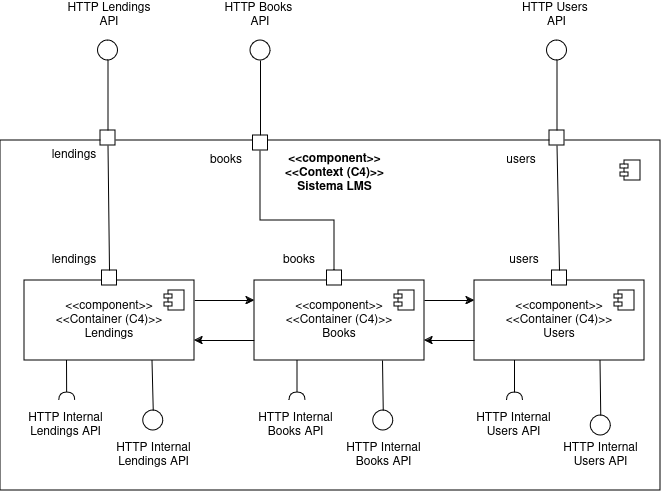
AndreFon04/sidis_2024_3DB keeps this draw.io diagram as docs/nivel_2/N2-VL.png. Above is the earlier version. Source tidied: cells renumbered, new cells last; positions are measured from the earlier drawing's top-left corner, leaving out a move shared by most shapes. The source it was exported from:
```xml
<mxGraphModel>
  <root>
    <mxCell id="0" />
    <mxCell id="1" parent="0" />
    <mxCell id="2" style="verticalLabelPosition=bottom;verticalAlign=top;html=1;shape=mxgraph.flowchart.on-page_reference;" parent="1" vertex="1">
      <mxGeometry x="97.5" y="40" width="20" height="20" as="geometry" />
    </mxCell>
    <mxCell id="3" style="verticalLabelPosition=bottom;verticalAlign=top;html=1;shape=mxgraph.flowchart.on-page_reference;" parent="1" vertex="1">
      <mxGeometry x="250" y="40" width="20" height="20" as="geometry" />
    </mxCell>
    <mxCell id="4" style="verticalLabelPosition=bottom;verticalAlign=top;html=1;shape=mxgraph.flowchart.on-page_reference;" parent="1" vertex="1">
      <mxGeometry x="546.5" y="40" width="20" height="20" as="geometry" />
    </mxCell>
    <mxCell id="5" style="html=1;whiteSpace=wrap;" parent="1" vertex="1">
      <mxGeometry y="140" width="660" height="350" as="geometry" />
    </mxCell>
    <mxCell id="6" style="shape=module;jettyWidth=8;jettyHeight=4;" parent="5" vertex="1">
      <mxGeometry x="1" width="20" height="20" relative="1" as="geometry">
        <mxPoint x="-40" y="20" as="offset" />
      </mxGeometry>
    </mxCell>
    <mxCell id="7" value="&lt;div&gt;HTTP Lendings API&lt;/div&gt;" style="text;html=1;align=center;verticalAlign=middle;whiteSpace=wrap;rounded=0;" parent="1" vertex="1">
      <mxGeometry x="65.2" width="87.5" height="30" as="geometry" />
    </mxCell>
    <mxCell id="8" style="endArrow=none;html=1;rounded=0;entryX=0.5;entryY=1;entryDx=0;entryDy=0;entryPerimeter=0;exitX=0.5;exitY=0;exitDx=0;exitDy=0;" parent="1" edge="1" source="48" target="2">
      <mxGeometry relative="1" as="geometry" />
    </mxCell>
    <mxCell id="9" value="&lt;div&gt;HTTP Books&amp;nbsp;&lt;/div&gt;&lt;div&gt;API&lt;/div&gt;" style="text;html=1;align=center;verticalAlign=middle;whiteSpace=wrap;rounded=0;" parent="1" vertex="1">
      <mxGeometry x="220" width="80" height="30" as="geometry" />
    </mxCell>
    <mxCell id="10" value="&lt;div&gt;HTTP Users&amp;nbsp;&lt;/div&gt;&lt;div&gt;API&lt;/div&gt;" style="text;html=1;align=center;verticalAlign=middle;whiteSpace=wrap;rounded=0;" parent="1" vertex="1">
      <mxGeometry x="517" width="79" height="30" as="geometry" />
    </mxCell>
    <mxCell id="11" style="endArrow=none;html=1;rounded=0;entryX=0.5;entryY=1;entryDx=0;entryDy=0;entryPerimeter=0;exitX=0.5;exitY=0;exitDx=0;exitDy=0;" parent="1" edge="1" source="50" target="3">
      <mxGeometry relative="1" as="geometry" />
    </mxCell>
    <mxCell id="12" style="endArrow=none;html=1;rounded=0;entryX=0.5;entryY=1;entryDx=0;entryDy=0;entryPerimeter=0;exitX=0.5;exitY=0;exitDx=0;exitDy=0;" parent="1" edge="1" source="52" target="4">
      <mxGeometry relative="1" as="geometry" />
    </mxCell>
    <mxCell id="13" style="edgeStyle=orthogonalEdgeStyle;rounded=0;jettySize=auto;html=1;entryX=0;entryY=0.25;entryDx=0;entryDy=0;exitX=1;exitY=0.25;exitDx=0;exitDy=0;" parent="1" edge="1" source="14" target="17">
      <mxGeometry relative="1" as="geometry" />
    </mxCell>
    <mxCell id="14" value="&amp;lt;&amp;lt;component&amp;gt;&amp;gt;&lt;div&gt;&amp;lt;&amp;lt;Container (C4)&amp;gt;&amp;gt;&lt;/div&gt;&lt;div&gt;Lendings&lt;/div&gt;" style="html=1;whiteSpace=wrap;" parent="1" vertex="1">
      <mxGeometry x="24" y="280" width="170" height="80" as="geometry" />
    </mxCell>
    <mxCell id="15" style="shape=module;jettyWidth=8;jettyHeight=4;" parent="14" vertex="1">
      <mxGeometry x="1" width="20" height="20" relative="1" as="geometry">
        <mxPoint x="-30" y="10" as="offset" />
      </mxGeometry>
    </mxCell>
    <mxCell id="16" style="edgeStyle=orthogonalEdgeStyle;rounded=0;jettySize=auto;html=1;entryX=1;entryY=0.75;entryDx=0;entryDy=0;exitX=0;exitY=0.75;exitDx=0;exitDy=0;" parent="1" edge="1" source="17" target="14">
      <mxGeometry relative="1" as="geometry" />
    </mxCell>
    <mxCell id="17" value="&amp;lt;&amp;lt;component&amp;gt;&amp;gt;&lt;div&gt;&amp;lt;&amp;lt;Container (C4)&amp;gt;&amp;gt;&lt;/div&gt;&lt;div&gt;Books&lt;/div&gt;" style="html=1;whiteSpace=wrap;" parent="1" vertex="1">
      <mxGeometry x="254" y="280" width="170" height="80" as="geometry" />
    </mxCell>
    <mxCell id="18" style="shape=module;jettyWidth=8;jettyHeight=4;" parent="17" vertex="1">
      <mxGeometry x="1" width="20" height="20" relative="1" as="geometry">
        <mxPoint x="-30" y="10" as="offset" />
      </mxGeometry>
    </mxCell>
    <mxCell id="19" value="&amp;lt;&amp;lt;component&amp;gt;&amp;gt;&lt;div&gt;&amp;lt;&amp;lt;Container (C4)&amp;gt;&amp;gt;&lt;/div&gt;&lt;div&gt;Users&lt;/div&gt;" style="html=1;whiteSpace=wrap;" parent="1" vertex="1">
      <mxGeometry x="474" y="280" width="170" height="80" as="geometry" />
    </mxCell>
    <mxCell id="20" style="shape=module;jettyWidth=8;jettyHeight=4;" parent="19" vertex="1">
      <mxGeometry x="1" width="20" height="20" relative="1" as="geometry">
        <mxPoint x="-30" y="10" as="offset" />
      </mxGeometry>
    </mxCell>
    <mxCell id="21" value="&amp;lt;&amp;lt;component&amp;gt;&amp;gt;&lt;div&gt;&amp;lt;&amp;lt;Context (C4)&amp;gt;&amp;gt;&lt;/div&gt;&lt;div&gt;Sistema LMS&lt;/div&gt;" style="text;align=center;fontStyle=1;verticalAlign=middle;spacingLeft=3;spacingRight=3;strokeColor=none;html=1;" parent="1" vertex="1">
      <mxGeometry x="284" y="150" width="100" height="46" as="geometry" />
    </mxCell>
    <mxCell id="22" style="edgeStyle=orthogonalEdgeStyle;rounded=0;jettySize=auto;html=1;entryX=0;entryY=0.25;entryDx=0;entryDy=0;exitX=1;exitY=0.25;exitDx=0;exitDy=0;" parent="1" edge="1" source="17" target="19">
      <mxGeometry relative="1" as="geometry" />
    </mxCell>
    <mxCell id="23" style="edgeStyle=orthogonalEdgeStyle;rounded=0;jettySize=auto;html=1;entryX=1;entryY=0.75;entryDx=0;entryDy=0;exitX=0;exitY=0.75;exitDx=0;exitDy=0;" parent="1" edge="1" source="19" target="17">
      <mxGeometry relative="1" as="geometry" />
    </mxCell>
    <mxCell id="24" style="whiteSpace=wrap;html=1;" parent="1" vertex="1">
      <mxGeometry x="101.5" y="270" width="15" height="15" as="geometry" />
    </mxCell>
    <mxCell id="25" style="whiteSpace=wrap;html=1;" parent="1" vertex="1">
      <mxGeometry x="326.5" y="270" width="15" height="15" as="geometry" />
    </mxCell>
    <mxCell id="26" style="whiteSpace=wrap;html=1;" parent="1" vertex="1">
      <mxGeometry x="551.5" y="270" width="15" height="15" as="geometry" />
    </mxCell>
    <mxCell id="27" style="ellipse;whiteSpace=wrap;html=1;align=center;fillColor=none;strokeColor=none;perimeter=centerPerimeter;" parent="1" vertex="1">
      <mxGeometry x="280" y="240" width="10" height="10" as="geometry" />
    </mxCell>
    <mxCell id="28" value="HTTP Internal Lendings API" style="text;html=1;align=center;verticalAlign=middle;whiteSpace=wrap;rounded=0;" parent="1" vertex="1">
      <mxGeometry x="24" y="410" width="82.5" height="30" as="geometry" />
    </mxCell>
    <mxCell id="29" style="rounded=0;jettySize=auto;html=1;endArrow=halfCircle;endFill=0;endSize=6;strokeWidth=1;sketch=0;fontSize=12;curved=1;exitX=0.25;exitY=1;exitDx=0;exitDy=0;entryX=0.101;entryY=0.743;entryDx=0;entryDy=0;entryPerimeter=0;" parent="1" edge="1" source="14" target="5">
      <mxGeometry relative="1" as="geometry" />
    </mxCell>
    <mxCell id="30" style="ellipse;whiteSpace=wrap;html=1;align=center;fillColor=none;strokeColor=none;perimeter=centerPerimeter;" parent="1" vertex="1">
      <mxGeometry x="280" y="270" width="10" height="10" as="geometry" />
    </mxCell>
    <mxCell id="31" style="verticalLabelPosition=bottom;verticalAlign=top;html=1;shape=mxgraph.flowchart.on-page_reference;" parent="1" vertex="1">
      <mxGeometry x="142.8" y="410" width="20" height="20" as="geometry" />
    </mxCell>
    <mxCell id="32" style="endArrow=none;html=1;rounded=0;exitX=0.5;exitY=0;exitDx=0;exitDy=0;exitPerimeter=0;entryX=0.75;entryY=1;entryDx=0;entryDy=0;" parent="1" edge="1" source="31" target="14">
      <mxGeometry relative="1" as="geometry" />
    </mxCell>
    <mxCell id="33" value="HTTP Internal Lendings API" style="text;html=1;align=center;verticalAlign=middle;whiteSpace=wrap;rounded=0;" parent="1" vertex="1">
      <mxGeometry x="111.5" y="440" width="82.5" height="30" as="geometry" />
    </mxCell>
    <mxCell id="34" value="HTTP Internal Books API" style="text;html=1;align=center;verticalAlign=middle;whiteSpace=wrap;rounded=0;" parent="1" vertex="1">
      <mxGeometry x="254" y="410" width="82.5" height="30" as="geometry" />
    </mxCell>
    <mxCell id="35" style="rounded=0;orthogonalLoop=1;jettySize=auto;html=1;endArrow=halfCircle;endFill=0;endSize=6;strokeWidth=1;sketch=0;fontSize=12;curved=1;exitX=0.25;exitY=1;exitDx=0;exitDy=0;entryX=0.101;entryY=0.743;entryDx=0;entryDy=0;entryPerimeter=0;" parent="1" edge="1">
      <mxGeometry relative="1" as="geometry">
        <mxPoint x="297" y="360" as="sourcePoint" />
        <mxPoint x="297" y="400" as="targetPoint" />
      </mxGeometry>
    </mxCell>
    <mxCell id="36" style="verticalLabelPosition=bottom;verticalAlign=top;html=1;shape=mxgraph.flowchart.on-page_reference;" parent="1" vertex="1">
      <mxGeometry x="372.8" y="410" width="20" height="20" as="geometry" />
    </mxCell>
    <mxCell id="37" style="endArrow=none;html=1;rounded=0;entryX=0.75;entryY=1;entryDx=0;entryDy=0;exitX=0.5;exitY=0;exitDx=0;exitDy=0;exitPerimeter=0;" parent="1" edge="1" source="36">
      <mxGeometry relative="1" as="geometry">
        <mxPoint x="382" y="360" as="targetPoint" />
      </mxGeometry>
    </mxCell>
    <mxCell id="38" value="HTTP Internal Books API" style="text;html=1;align=center;verticalAlign=middle;whiteSpace=wrap;rounded=0;" parent="1" vertex="1">
      <mxGeometry x="341.5" y="440" width="82.5" height="30" as="geometry" />
    </mxCell>
    <mxCell id="39" value="HTTP Internal Users API" style="text;html=1;align=center;verticalAlign=middle;whiteSpace=wrap;rounded=0;" parent="1" vertex="1">
      <mxGeometry x="471.5" y="410" width="82.5" height="30" as="geometry" />
    </mxCell>
    <mxCell id="40" style="rounded=0;orthogonalLoop=1;jettySize=auto;html=1;endArrow=halfCircle;endFill=0;endSize=6;strokeWidth=1;sketch=0;fontSize=12;curved=1;exitX=0.25;exitY=1;exitDx=0;exitDy=0;entryX=0.101;entryY=0.743;entryDx=0;entryDy=0;entryPerimeter=0;" parent="1" edge="1">
      <mxGeometry relative="1" as="geometry">
        <mxPoint x="514.5" y="360" as="sourcePoint" />
        <mxPoint x="514.5" y="400" as="targetPoint" />
      </mxGeometry>
    </mxCell>
    <mxCell id="41" style="verticalLabelPosition=bottom;verticalAlign=top;html=1;shape=mxgraph.flowchart.on-page_reference;" parent="1" vertex="1">
      <mxGeometry x="590.2" y="415" width="20" height="20" as="geometry" />
    </mxCell>
    <mxCell id="42" style="endArrow=none;html=1;rounded=0;entryX=0.75;entryY=1;entryDx=0;entryDy=0;exitX=0.5;exitY=0;exitDx=0;exitDy=0;exitPerimeter=0;" parent="1" edge="1" source="41">
      <mxGeometry relative="1" as="geometry">
        <mxPoint x="599.5" y="360" as="targetPoint" />
      </mxGeometry>
    </mxCell>
    <mxCell id="43" value="HTTP Internal Users API" style="text;html=1;align=center;verticalAlign=middle;whiteSpace=wrap;rounded=0;" parent="1" vertex="1">
      <mxGeometry x="559" y="440" width="82.5" height="30" as="geometry" />
    </mxCell>
    <mxCell id="44" value="lendings" style="text;html=1;align=center;verticalAlign=middle;whiteSpace=wrap;rounded=0;" parent="1" vertex="1">
      <mxGeometry x="45.5" y="250" width="56" height="20" as="geometry" />
    </mxCell>
    <mxCell id="45" value="books" style="text;html=1;align=center;verticalAlign=middle;whiteSpace=wrap;rounded=0;" parent="1" vertex="1">
      <mxGeometry x="270.5" y="250" width="56" height="20" as="geometry" />
    </mxCell>
    <mxCell id="46" value="users" style="text;html=1;align=center;verticalAlign=middle;whiteSpace=wrap;rounded=0;" parent="1" vertex="1">
      <mxGeometry x="495.5" y="250" width="56" height="20" as="geometry" />
    </mxCell>
    <mxCell id="47" style="endArrow=none;html=1;rounded=0;entryX=0.5;entryY=1;entryDx=0;entryDy=0;entryPerimeter=0;exitX=0.5;exitY=0;exitDx=0;exitDy=0;" parent="1" edge="1" source="24" target="48">
      <mxGeometry relative="1" as="geometry" />
    </mxCell>
    <mxCell id="48" style="whiteSpace=wrap;html=1;" parent="1" vertex="1">
      <mxGeometry x="100" y="130" width="15" height="15" as="geometry" />
    </mxCell>
    <mxCell id="49" style="endArrow=none;html=1;rounded=0;entryX=0.5;entryY=1;entryDx=0;entryDy=0;entryPerimeter=0;exitX=0.5;exitY=0;exitDx=0;exitDy=0;" parent="1" edge="1" source="25" target="50">
      <mxGeometry relative="1" as="geometry">
        <Array as="points">
          <mxPoint x="334" y="220" />
          <mxPoint x="260" y="220" />
          <mxPoint x="260" y="150" />
        </Array>
      </mxGeometry>
    </mxCell>
    <mxCell id="50" style="whiteSpace=wrap;html=1;" parent="1" vertex="1">
      <mxGeometry x="252.5" y="135" width="15" height="15" as="geometry" />
    </mxCell>
    <mxCell id="51" style="endArrow=none;html=1;rounded=0;entryX=0.5;entryY=1;entryDx=0;entryDy=0;entryPerimeter=0;exitX=0.5;exitY=0;exitDx=0;exitDy=0;" parent="1" edge="1" source="26" target="52">
      <mxGeometry relative="1" as="geometry" />
    </mxCell>
    <mxCell id="52" style="whiteSpace=wrap;html=1;" parent="1" vertex="1">
      <mxGeometry x="549" y="130" width="15" height="15" as="geometry" />
    </mxCell>
    <mxCell id="53" value="lendings" style="text;html=1;align=center;verticalAlign=middle;whiteSpace=wrap;rounded=0;" parent="1" vertex="1">
      <mxGeometry x="45.5" y="145" width="56" height="20" as="geometry" />
    </mxCell>
    <mxCell id="54" value="books" style="text;html=1;align=center;verticalAlign=middle;whiteSpace=wrap;rounded=0;" parent="1" vertex="1">
      <mxGeometry x="198" y="150" width="56" height="20" as="geometry" />
    </mxCell>
    <mxCell id="55" value="users" style="text;html=1;align=center;verticalAlign=middle;whiteSpace=wrap;rounded=0;" parent="1" vertex="1">
      <mxGeometry x="493" y="150" width="56" height="20" as="geometry" />
    </mxCell>
  </root>
</mxGraphModel>
```
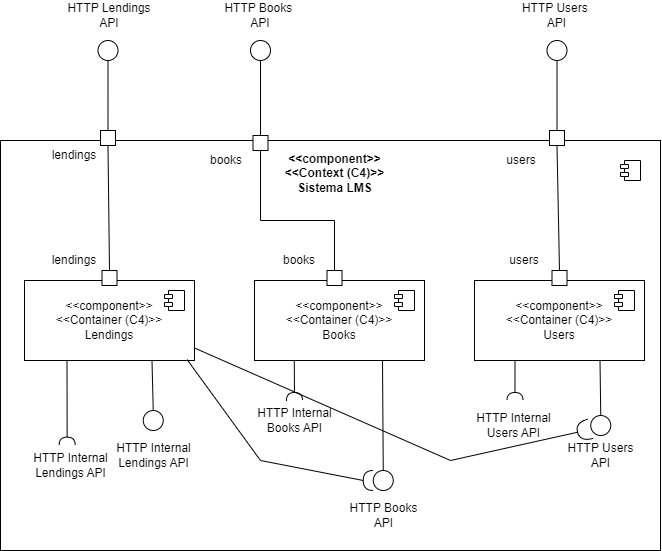
Above is the later version.

Diff of the diagram source:
```diff
@@ -12,7 +12,7 @@
       <mxGeometry x="546.5" y="40" width="20" height="20" as="geometry" />
     </mxCell>
     <mxCell id="5" style="html=1;whiteSpace=wrap;" parent="1" vertex="1">
-      <mxGeometry y="140" width="660" height="350" as="geometry" />
+      <mxGeometry y="140" width="660" height="410" as="geometry" />
     </mxCell>
     <mxCell id="6" style="shape=module;jettyWidth=8;jettyHeight=4;" parent="5" vertex="1">
       <mxGeometry x="1" width="20" height="20" relative="1" as="geometry">
@@ -37,9 +37,6 @@
     <mxCell id="12" style="endArrow=none;html=1;rounded=0;entryX=0.5;entryY=1;entryDx=0;entryDy=0;entryPerimeter=0;exitX=0.5;exitY=0;exitDx=0;exitDy=0;" parent="1" edge="1" source="52" target="4">
       <mxGeometry relative="1" as="geometry" />
     </mxCell>
-    <mxCell id="13" style="edgeStyle=orthogonalEdgeStyle;rounded=0;jettySize=auto;html=1;entryX=0;entryY=0.25;entryDx=0;entryDy=0;exitX=1;exitY=0.25;exitDx=0;exitDy=0;" parent="1" edge="1" source="14" target="17">
-      <mxGeometry relative="1" as="geometry" />
-    </mxCell>
     <mxCell id="14" value="&amp;lt;&amp;lt;component&amp;gt;&amp;gt;&lt;div&gt;&amp;lt;&amp;lt;Container (C4)&amp;gt;&amp;gt;&lt;/div&gt;&lt;div&gt;Lendings&lt;/div&gt;" style="html=1;whiteSpace=wrap;" parent="1" vertex="1">
       <mxGeometry x="24" y="280" width="170" height="80" as="geometry" />
     </mxCell>
@@ -48,9 +45,6 @@
         <mxPoint x="-30" y="10" as="offset" />
       </mxGeometry>
     </mxCell>
-    <mxCell id="16" style="edgeStyle=orthogonalEdgeStyle;rounded=0;jettySize=auto;html=1;entryX=1;entryY=0.75;entryDx=0;entryDy=0;exitX=0;exitY=0.75;exitDx=0;exitDy=0;" parent="1" edge="1" source="17" target="14">
-      <mxGeometry relative="1" as="geometry" />
-    </mxCell>
     <mxCell id="17" value="&amp;lt;&amp;lt;component&amp;gt;&amp;gt;&lt;div&gt;&amp;lt;&amp;lt;Container (C4)&amp;gt;&amp;gt;&lt;/div&gt;&lt;div&gt;Books&lt;/div&gt;" style="html=1;whiteSpace=wrap;" parent="1" vertex="1">
       <mxGeometry x="254" y="280" width="170" height="80" as="geometry" />
     </mxCell>
@@ -70,12 +64,6 @@
     <mxCell id="21" value="&amp;lt;&amp;lt;component&amp;gt;&amp;gt;&lt;div&gt;&amp;lt;&amp;lt;Context (C4)&amp;gt;&amp;gt;&lt;/div&gt;&lt;div&gt;Sistema LMS&lt;/div&gt;" style="text;align=center;fontStyle=1;verticalAlign=middle;spacingLeft=3;spacingRight=3;strokeColor=none;html=1;" parent="1" vertex="1">
       <mxGeometry x="284" y="150" width="100" height="46" as="geometry" />
     </mxCell>
-    <mxCell id="22" style="edgeStyle=orthogonalEdgeStyle;rounded=0;jettySize=auto;html=1;entryX=0;entryY=0.25;entryDx=0;entryDy=0;exitX=1;exitY=0.25;exitDx=0;exitDy=0;" parent="1" edge="1" source="17" target="19">
-      <mxGeometry relative="1" as="geometry" />
-    </mxCell>
-    <mxCell id="23" style="edgeStyle=orthogonalEdgeStyle;rounded=0;jettySize=auto;html=1;entryX=1;entryY=0.75;entryDx=0;entryDy=0;exitX=0;exitY=0.75;exitDx=0;exitDy=0;" parent="1" edge="1" source="19" target="17">
-      <mxGeometry relative="1" as="geometry" />
-    </mxCell>
     <mxCell id="24" style="whiteSpace=wrap;html=1;" parent="1" vertex="1">
       <mxGeometry x="101.5" y="270" width="15" height="15" as="geometry" />
     </mxCell>
@@ -89,7 +77,7 @@
       <mxGeometry x="280" y="240" width="10" height="10" as="geometry" />
     </mxCell>
     <mxCell id="28" value="HTTP Internal Lendings API" style="text;html=1;align=center;verticalAlign=middle;whiteSpace=wrap;rounded=0;" parent="1" vertex="1">
-      <mxGeometry x="24" y="410" width="82.5" height="30" as="geometry" />
+      <mxGeometry x="29" y="450" width="82.5" height="30" as="geometry" />
     </mxCell>
     <mxCell id="29" style="rounded=0;jettySize=auto;html=1;endArrow=halfCircle;endFill=0;endSize=6;strokeWidth=1;sketch=0;fontSize=12;curved=1;exitX=0.25;exitY=1;exitDx=0;exitDy=0;entryX=0.101;entryY=0.743;entryDx=0;entryDy=0;entryPerimeter=0;" parent="1" edge="1" source="14" target="5">
       <mxGeometry relative="1" as="geometry" />
@@ -107,24 +95,23 @@
       <mxGeometry x="111.5" y="440" width="82.5" height="30" as="geometry" />
     </mxCell>
     <mxCell id="34" value="HTTP Internal Books API" style="text;html=1;align=center;verticalAlign=middle;whiteSpace=wrap;rounded=0;" parent="1" vertex="1">
-      <mxGeometry x="254" y="410" width="82.5" height="30" as="geometry" />
+      <mxGeometry x="252.5" y="405" width="82.5" height="30" as="geometry" />
     </mxCell>
-    <mxCell id="35" style="rounded=0;orthogonalLoop=1;jettySize=auto;html=1;endArrow=halfCircle;endFill=0;endSize=6;strokeWidth=1;sketch=0;fontSize=12;curved=1;exitX=0.25;exitY=1;exitDx=0;exitDy=0;entryX=0.101;entryY=0.743;entryDx=0;entryDy=0;entryPerimeter=0;" parent="1" edge="1">
+    <mxCell id="35" style="rounded=0;jettySize=auto;html=1;endArrow=halfCircle;endFill=0;endSize=6;strokeWidth=1;sketch=0;fontSize=12;curved=1;exitX=0.234;exitY=1.009;exitDx=0;exitDy=0;exitPerimeter=0;" parent="1" edge="1" source="17">
       <mxGeometry relative="1" as="geometry">
-        <mxPoint x="297" y="360" as="sourcePoint" />
-        <mxPoint x="297" y="400" as="targetPoint" />
+        <mxPoint x="294" y="400" as="targetPoint" />
       </mxGeometry>
     </mxCell>
     <mxCell id="36" style="verticalLabelPosition=bottom;verticalAlign=top;html=1;shape=mxgraph.flowchart.on-page_reference;" parent="1" vertex="1">
-      <mxGeometry x="372.8" y="410" width="20" height="20" as="geometry" />
+      <mxGeometry x="372.8" y="470" width="20" height="20" as="geometry" />
     </mxCell>
     <mxCell id="37" style="endArrow=none;html=1;rounded=0;entryX=0.75;entryY=1;entryDx=0;entryDy=0;exitX=0.5;exitY=0;exitDx=0;exitDy=0;exitPerimeter=0;" parent="1" edge="1" source="36">
       <mxGeometry relative="1" as="geometry">
         <mxPoint x="382" y="360" as="targetPoint" />
       </mxGeometry>
     </mxCell>
-    <mxCell id="38" value="HTTP Internal Books API" style="text;html=1;align=center;verticalAlign=middle;whiteSpace=wrap;rounded=0;" parent="1" vertex="1">
-      <mxGeometry x="341.5" y="440" width="82.5" height="30" as="geometry" />
+    <mxCell id="38" value="HTTP Books API" style="text;html=1;align=center;verticalAlign=middle;whiteSpace=wrap;rounded=0;" parent="1" vertex="1">
+      <mxGeometry x="341.5" y="500" width="82.5" height="30" as="geometry" />
     </mxCell>
     <mxCell id="39" value="HTTP Internal Users API" style="text;html=1;align=center;verticalAlign=middle;whiteSpace=wrap;rounded=0;" parent="1" vertex="1">
       <mxGeometry x="471.5" y="410" width="82.5" height="30" as="geometry" />
@@ -143,7 +130,7 @@
         <mxPoint x="599.5" y="360" as="targetPoint" />
       </mxGeometry>
     </mxCell>
-    <mxCell id="43" value="HTTP Internal Users API" style="text;html=1;align=center;verticalAlign=middle;whiteSpace=wrap;rounded=0;" parent="1" vertex="1">
+    <mxCell id="43" value="HTTP Users API" style="text;html=1;align=center;verticalAlign=middle;whiteSpace=wrap;rounded=0;" parent="1" vertex="1">
       <mxGeometry x="559" y="440" width="82.5" height="30" as="geometry" />
     </mxCell>
     <mxCell id="44" value="lendings" style="text;html=1;align=center;verticalAlign=middle;whiteSpace=wrap;rounded=0;" parent="1" vertex="1">
@@ -188,5 +175,25 @@
     <mxCell id="55" value="users" style="text;html=1;align=center;verticalAlign=middle;whiteSpace=wrap;rounded=0;" parent="1" vertex="1">
       <mxGeometry x="493" y="150" width="56" height="20" as="geometry" />
     </mxCell>
+    <mxCell id="56" style="endArrow=none;html=1;rounded=0;exitX=0.957;exitY=0.99;exitDx=0;exitDy=0;exitPerimeter=0;entryX=1;entryY=0.5;entryDx=0;entryDy=0;entryPerimeter=0;" parent="1" edge="1" source="14" target="58">
+      <mxGeometry relative="1" as="geometry">
+        <Array as="points">
+          <mxPoint x="260" y="460" />
+        </Array>
+      </mxGeometry>
+    </mxCell>
+    <mxCell id="57" style="endArrow=none;html=1;rounded=0;exitX=0.998;exitY=0.842;exitDx=0;exitDy=0;exitPerimeter=0;entryX=1;entryY=0.5;entryDx=0;entryDy=0;entryPerimeter=0;" parent="1" edge="1" source="14" target="59">
+      <mxGeometry relative="1" as="geometry">
+        <Array as="points">
+          <mxPoint x="450" y="460" />
+        </Array>
+      </mxGeometry>
+    </mxCell>
+    <mxCell id="58" style="shape=requiredInterface;html=1;verticalLabelPosition=bottom;sketch=0;rotation=-180;" parent="1" vertex="1">
+      <mxGeometry x="362.8" y="470" width="10" height="20" as="geometry" />
+    </mxCell>
+    <mxCell id="59" style="shape=requiredInterface;html=1;verticalLabelPosition=bottom;sketch=0;rotation=-195;" parent="1" vertex="1">
+      <mxGeometry x="576.8" y="420" width="13.5" height="20" as="geometry" />
+    </mxCell>
   </root>
 </mxGraphModel>
```
